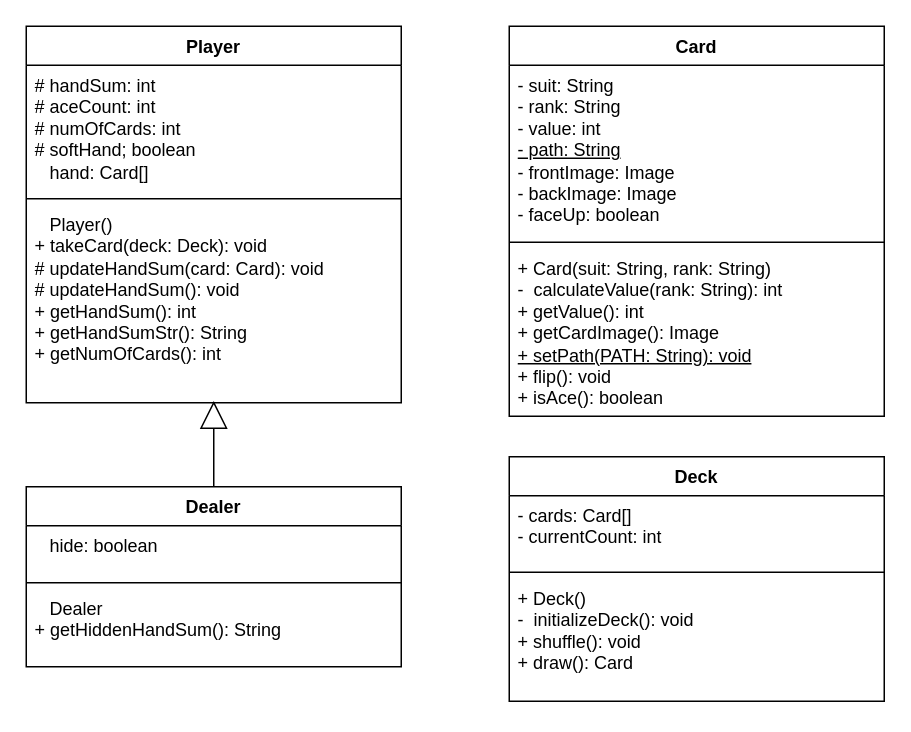
AimanIskndr/BlackjackOOP keeps this draw.io diagram as BlackjackUML.drawio. Above is the earlier version. Source tidied: cells renumbered, new cells numbered last; positions are measured from the earlier drawing's top-left corner, leaving out a move shared by most shapes. Both pictures are drawn from the tidied source at 150%, with x=0, y=0 at pixel (26, 26).
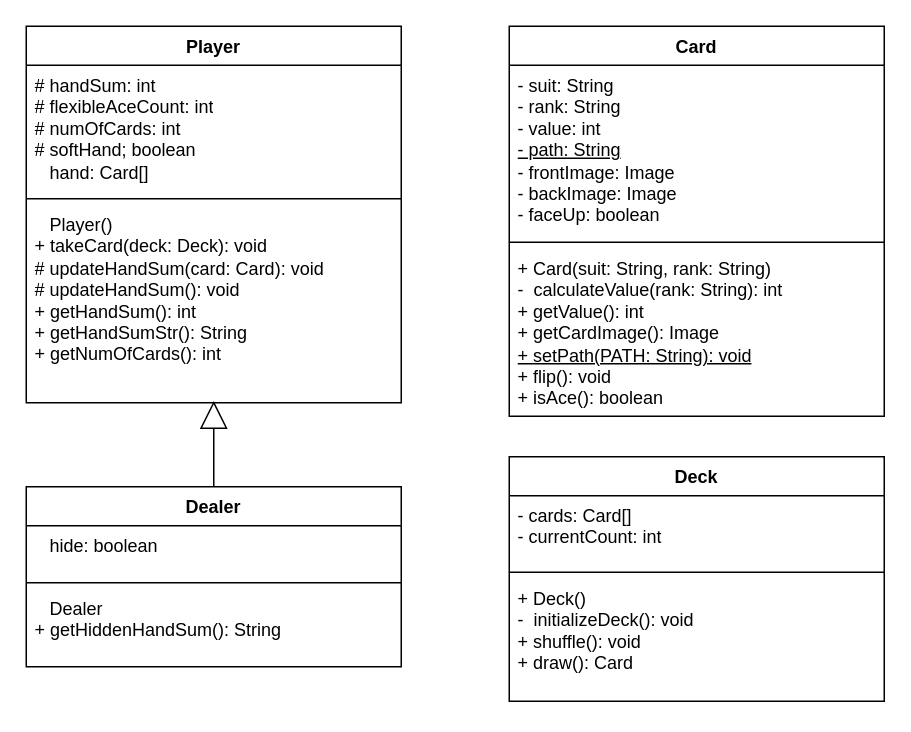
The same diagram, later.

What changed in the source:
```diff
@@
 <mxGraphModel>
   <root>
     <mxCell id="0" />
     <mxCell id="1" parent="0" />
     <mxCell id="2" value="Card" style="swimlane;fontStyle=1;align=center;verticalAlign=top;horizontal=1;startSize=26;whiteSpace=wrap;html=1;" parent="1" vertex="1">
       <mxGeometry x="322" width="250" height="260" as="geometry" />
     </mxCell>
     <mxCell id="3" value="- suit: String&lt;br&gt;- rank: String&lt;br&gt;- value: int&lt;br&gt;&lt;u&gt;- path: String&lt;/u&gt;&lt;br&gt;- frontImage: Image&lt;br&gt;- backImage: Image&lt;br&gt;- faceUp: boolean" style="text;strokeColor=none;fillColor=none;align=left;verticalAlign=top;spacingLeft=4;spacingRight=4;overflow=hidden;whiteSpace=wrap;html=1;" parent="2" vertex="1">
       <mxGeometry y="26" width="250" height="114" as="geometry" />
     </mxCell>
     <mxCell id="4" style="line;strokeWidth=1;fillColor=none;align=left;verticalAlign=middle;spacingTop=-1;spacingLeft=3;spacingRight=3;labelPosition=right;strokeColor=inherit;" parent="2" vertex="1">
       <mxGeometry y="140" width="250" height="8" as="geometry" />
     </mxCell>
     <mxCell id="5" value="+ Card(suit: String, rank: String)&lt;br&gt;-&amp;nbsp; calculateValue(rank: String): int&lt;br&gt;+ getValue(): int&lt;br&gt;+ getCardImage(): Image&lt;br&gt;&lt;u&gt;+ setPath(PATH: String): void&lt;/u&gt;&lt;br&gt;+ flip(): void&lt;br&gt;+ isAce(): boolean" style="text;strokeColor=none;fillColor=none;align=left;verticalAlign=top;spacingLeft=4;spacingRight=4;overflow=hidden;whiteSpace=wrap;html=1;" parent="2" vertex="1">
       <mxGeometry y="148" width="250" height="112" as="geometry" />
     </mxCell>
     <mxCell id="6" value="Deck" style="swimlane;fontStyle=1;align=center;verticalAlign=top;horizontal=1;startSize=26;whiteSpace=wrap;html=1;" parent="1" vertex="1">
       <mxGeometry x="322" y="287" width="250" height="163" as="geometry" />
     </mxCell>
     <mxCell id="7" value="&lt;div&gt;&lt;span style=&quot;background-color: initial;&quot;&gt;- cards: Card[]&lt;/span&gt;&lt;br&gt;&lt;/div&gt;&lt;div&gt;- currentCount: int&lt;/div&gt;" style="text;strokeColor=none;fillColor=none;align=left;verticalAlign=top;spacingLeft=4;spacingRight=4;overflow=hidden;whiteSpace=wrap;html=1;" parent="6" vertex="1">
       <mxGeometry y="26" width="250" height="47" as="geometry" />
     </mxCell>
     <mxCell id="8" style="line;strokeWidth=1;fillColor=none;align=left;verticalAlign=middle;spacingTop=-1;spacingLeft=3;spacingRight=3;labelPosition=right;strokeColor=inherit;" parent="6" vertex="1">
       <mxGeometry y="73" width="250" height="8" as="geometry" />
     </mxCell>
     <mxCell id="9" value="&lt;div&gt;&lt;span style=&quot;background-color: initial;&quot;&gt;+ Deck()&lt;/span&gt;&lt;br&gt;&lt;/div&gt;&lt;div&gt;-&amp;nbsp; initializeDeck(): void&lt;/div&gt;&lt;div&gt;+ shuffle(): void&lt;/div&gt;&lt;div&gt;+ draw(): Card&lt;/div&gt;&lt;div&gt;&lt;br&gt;&lt;/div&gt;" style="text;strokeColor=none;fillColor=none;align=left;verticalAlign=top;spacingLeft=4;spacingRight=4;overflow=hidden;whiteSpace=wrap;html=1;" parent="6" vertex="1">
       <mxGeometry y="81" width="250" height="82" as="geometry" />
     </mxCell>
     <mxCell id="10" value="Player" style="swimlane;fontStyle=1;align=center;verticalAlign=top;horizontal=1;startSize=26;whiteSpace=wrap;html=1;" parent="1" vertex="1">
       <mxGeometry width="250" height="251" as="geometry" />
     </mxCell>
-    <mxCell id="11" value="&lt;div&gt;&lt;span style=&quot;background-color: initial;&quot;&gt;# handSum: int&lt;/span&gt;&lt;br&gt;&lt;/div&gt;&lt;div&gt;# aceCount: int&lt;/div&gt;&lt;div&gt;# numOfCards: int&lt;/div&gt;&lt;div&gt;# softHand; boolean&lt;/div&gt;&lt;div&gt;&amp;nbsp; &amp;nbsp;hand: Card[]&lt;/div&gt;&lt;div&gt;&lt;br&gt;&lt;/div&gt;" style="text;strokeColor=none;fillColor=none;align=left;verticalAlign=top;spacingLeft=4;spacingRight=4;overflow=hidden;whiteSpace=wrap;html=1;" parent="10" vertex="1">
+    <mxCell id="11" value="&lt;div&gt;&lt;span style=&quot;background-color: initial;&quot;&gt;# handSum: int&lt;/span&gt;&lt;br&gt;&lt;/div&gt;&lt;div&gt;# flexibleAceCount: int&lt;/div&gt;&lt;div&gt;# numOfCards: int&lt;/div&gt;&lt;div&gt;# softHand; boolean&lt;/div&gt;&lt;div&gt;&amp;nbsp; &amp;nbsp;hand: Card[]&lt;/div&gt;&lt;div&gt;&lt;br&gt;&lt;/div&gt;" style="text;strokeColor=none;fillColor=none;align=left;verticalAlign=top;spacingLeft=4;spacingRight=4;overflow=hidden;whiteSpace=wrap;html=1;" parent="10" vertex="1">
       <mxGeometry y="26" width="250" height="85" as="geometry" />
     </mxCell>
     <mxCell id="12" style="line;strokeWidth=1;fillColor=none;align=left;verticalAlign=middle;spacingTop=-1;spacingLeft=3;spacingRight=3;labelPosition=right;strokeColor=inherit;" parent="10" vertex="1">
       <mxGeometry y="111" width="250" height="8" as="geometry" />
     </mxCell>
     <mxCell id="13" value="&lt;div&gt;&lt;span style=&quot;background-color: initial;&quot;&gt;&amp;nbsp; &amp;nbsp;Player()&lt;/span&gt;&lt;br&gt;&lt;/div&gt;&lt;div&gt;+ takeCard(deck: Deck): void&lt;/div&gt;&lt;div&gt;# updateHandSum(card: Card): void&lt;/div&gt;&lt;div&gt;# updateHandSum(): void&lt;/div&gt;&lt;div&gt;+ getHandSum(): int&lt;/div&gt;&lt;div&gt;+ getHandSumStr(): String&lt;/div&gt;&lt;div&gt;+ getNumOfCards(): int&lt;/div&gt;&lt;div&gt;&lt;br&gt;&lt;/div&gt;" style="text;strokeColor=none;fillColor=none;align=left;verticalAlign=top;spacingLeft=4;spacingRight=4;overflow=hidden;points=[[0,0.5],[1,0.5]];portConstraint=eastwest;whiteSpace=wrap;html=1;" parent="10" vertex="1">
       <mxGeometry y="119" width="250" height="132" as="geometry" />
     </mxCell>
     <mxCell id="14" value="Dealer" style="swimlane;fontStyle=1;align=center;verticalAlign=top;horizontal=1;startSize=26;whiteSpace=wrap;html=1;" parent="1" vertex="1">
       <mxGeometry y="307" width="250" height="120" as="geometry" />
     </mxCell>
     <mxCell id="15" value="&lt;div&gt;&amp;nbsp; &amp;nbsp;hide: boolean&lt;/div&gt;&lt;div&gt;&lt;br&gt;&lt;/div&gt;" style="text;strokeColor=none;fillColor=none;align=left;verticalAlign=top;spacingLeft=4;spacingRight=4;overflow=hidden;whiteSpace=wrap;html=1;" parent="14" vertex="1">
       <mxGeometry y="26" width="250" height="34" as="geometry" />
     </mxCell>
     <mxCell id="16" style="line;strokeWidth=1;fillColor=none;align=left;verticalAlign=middle;spacingTop=-1;spacingLeft=3;spacingRight=3;labelPosition=right;strokeColor=inherit;" parent="14" vertex="1">
       <mxGeometry y="60" width="250" height="8" as="geometry" />
     </mxCell>
     <mxCell id="17" value="&lt;div&gt;&amp;nbsp; &amp;nbsp;Dealer&lt;/div&gt;&lt;div&gt;+ getHiddenHandSum(): String&lt;/div&gt;" style="text;strokeColor=none;fillColor=none;align=left;verticalAlign=top;spacingLeft=4;spacingRight=4;overflow=hidden;whiteSpace=wrap;html=1;" parent="14" vertex="1">
       <mxGeometry y="68" width="250" height="52" as="geometry" />
     </mxCell>
     <mxCell id="18" style="endArrow=block;endSize=16;endFill=0;html=1;rounded=0;exitX=0.5;exitY=0;exitDx=0;exitDy=0;exitPerimeter=0;entryX=0.5;entryY=0.991;entryDx=0;entryDy=0;entryPerimeter=0;" parent="1" edge="1" source="14" target="13">
       <mxGeometry relative="1" as="geometry" />
     </mxCell>
   </root>
 </mxGraphModel>
```
